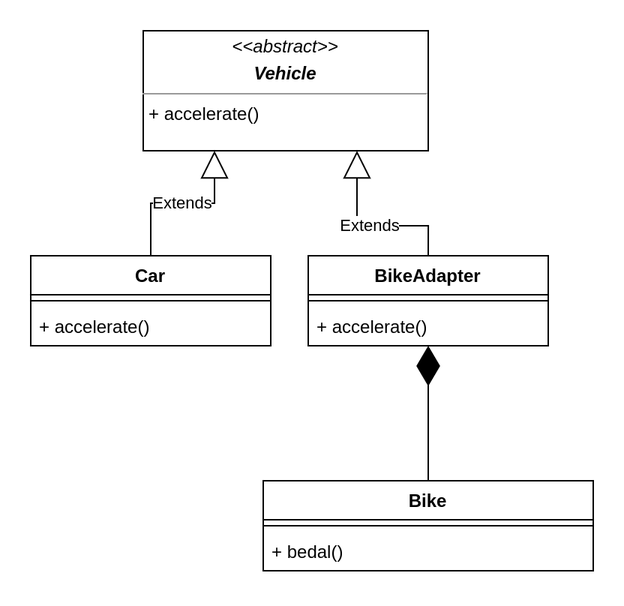
Above: Structural patterns/Adapter pattern/example/exampleDiagram.png in MarwanGalal746/Design-patterns (draw.io), before the change. Source tidied: cells renumbered, new cells last; positions are measured from the earlier drawing's top-left corner, leaving out a move shared by most shapes. Source of this version:
```xml
<mxGraphModel>
  <root>
    <mxCell id="0" />
    <mxCell id="1" parent="0" />
    <mxCell id="2" value="&lt;p style=&quot;margin: 0px ; margin-top: 4px ; text-align: center&quot;&gt;&lt;i&gt;&amp;lt;&amp;lt;abstract&amp;gt;&amp;gt;&lt;/i&gt;&lt;/p&gt;&lt;p style=&quot;margin: 0px ; margin-top: 4px ; text-align: center&quot;&gt;&lt;i&gt;&lt;b&gt;Vehicle&lt;/b&gt;&lt;/i&gt;&lt;/p&gt;&lt;hr size=&quot;1&quot;&gt;&lt;p style=&quot;margin: 0px ; margin-left: 4px&quot;&gt;+ accelerate()&lt;br&gt;&lt;br&gt;&lt;/p&gt;" style="verticalAlign=top;align=left;overflow=fill;fontSize=12;fontFamily=Helvetica;html=1;" parent="1" vertex="1">
      <mxGeometry x="75" width="190" height="80" as="geometry" />
    </mxCell>
    <mxCell id="3" value="Car" style="swimlane;fontStyle=1;align=center;verticalAlign=top;horizontal=1;startSize=26;" parent="1" vertex="1">
      <mxGeometry y="150" width="160" height="60" as="geometry" />
    </mxCell>
    <mxCell id="4" style="line;strokeWidth=1;fillColor=none;align=left;verticalAlign=middle;spacingTop=-1;spacingLeft=3;spacingRight=3;labelPosition=right;" parent="3" vertex="1">
      <mxGeometry y="26" width="160" height="8" as="geometry" />
    </mxCell>
    <mxCell id="5" value="+ accelerate()" style="text;strokeColor=none;fillColor=none;align=left;verticalAlign=top;spacingLeft=4;spacingRight=4;overflow=hidden;" parent="3" vertex="1">
      <mxGeometry y="34" width="160" height="26" as="geometry" />
    </mxCell>
    <mxCell id="6" value="BikeAdapter" style="swimlane;fontStyle=1;align=center;verticalAlign=top;horizontal=1;startSize=26;" parent="1" vertex="1">
      <mxGeometry x="185" y="150" width="160" height="60" as="geometry" />
    </mxCell>
    <mxCell id="7" style="line;strokeWidth=1;fillColor=none;align=left;verticalAlign=middle;spacingTop=-1;spacingLeft=3;spacingRight=3;labelPosition=right;" parent="6" vertex="1">
      <mxGeometry y="26" width="160" height="8" as="geometry" />
    </mxCell>
    <mxCell id="8" value="+ accelerate()" style="text;strokeColor=none;fillColor=none;align=left;verticalAlign=top;spacingLeft=4;spacingRight=4;overflow=hidden;points=[[0,0.5],[1,0.5]];portConstraint=eastwest;" parent="6" vertex="1">
      <mxGeometry y="34" width="160" height="26" as="geometry" />
    </mxCell>
    <mxCell id="9" value="Extends" style="endArrow=block;endSize=16;endFill=0;html=1;rounded=0;edgeStyle=orthogonalEdgeStyle;entryX=0.25;entryY=1;entryDx=0;entryDy=0;exitX=0.5;exitY=0;exitDx=0;exitDy=0;" parent="1" edge="1" source="3" target="2">
      <mxGeometry relative="1" as="geometry" />
    </mxCell>
    <mxCell id="10" value="Extends" style="endArrow=block;endSize=16;endFill=0;html=1;rounded=0;edgeStyle=orthogonalEdgeStyle;entryX=0.75;entryY=1;entryDx=0;entryDy=0;exitX=0.5;exitY=0;exitDx=0;exitDy=0;" parent="1" edge="1" source="6" target="2">
      <mxGeometry relative="1" as="geometry">
        <Array as="points">
          <mxPoint x="265" y="130" />
          <mxPoint x="218" y="130" />
        </Array>
      </mxGeometry>
    </mxCell>
    <mxCell id="11" value="Bike" style="swimlane;fontStyle=1;align=center;verticalAlign=top;horizontal=1;startSize=26;" parent="1" vertex="1">
      <mxGeometry x="155" y="300" width="220" height="60" as="geometry" />
    </mxCell>
    <mxCell id="12" style="line;strokeWidth=1;fillColor=none;align=left;verticalAlign=middle;spacingTop=-1;spacingLeft=3;spacingRight=3;labelPosition=right;" parent="11" vertex="1">
      <mxGeometry y="26" width="220" height="8" as="geometry" />
    </mxCell>
    <mxCell id="13" value="+ bedal()" style="text;strokeColor=none;fillColor=none;align=left;verticalAlign=top;spacingLeft=4;spacingRight=4;overflow=hidden;" parent="11" vertex="1">
      <mxGeometry y="34" width="220" height="26" as="geometry" />
    </mxCell>
    <mxCell id="14" style="endArrow=diamondThin;endFill=1;endSize=24;html=1;rounded=0;edgeStyle=orthogonalEdgeStyle;exitX=0.5;exitY=0;exitDx=0;exitDy=0;entryX=0.5;entryY=1;entryDx=0;entryDy=0;entryPerimeter=0;" parent="1" edge="1" source="11" target="8">
      <mxGeometry relative="1" as="geometry" />
    </mxCell>
  </root>
</mxGraphModel>
```
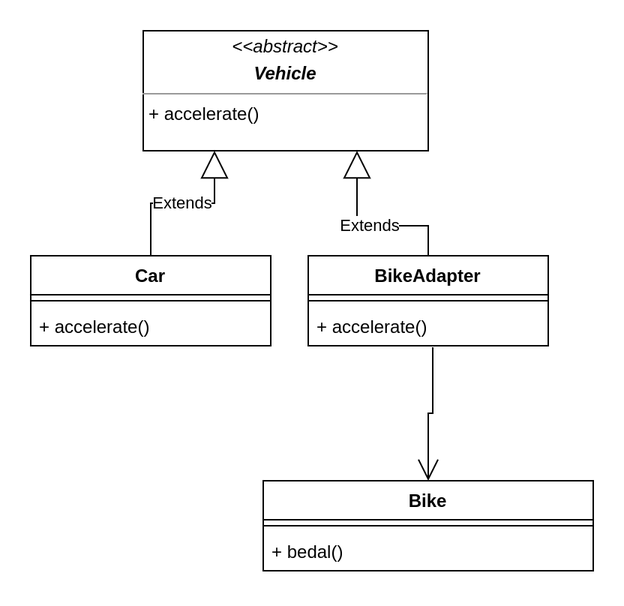
After the change.

Commit message:
Adapter pattern README files

What changed in the source:
```diff
@@ -43,8 +43,8 @@
     <mxCell id="13" value="+ bedal()" style="text;strokeColor=none;fillColor=none;align=left;verticalAlign=top;spacingLeft=4;spacingRight=4;overflow=hidden;" parent="11" vertex="1">
       <mxGeometry y="34" width="220" height="26" as="geometry" />
     </mxCell>
-    <mxCell id="14" style="endArrow=diamondThin;endFill=1;endSize=24;html=1;rounded=0;edgeStyle=orthogonalEdgeStyle;exitX=0.5;exitY=0;exitDx=0;exitDy=0;entryX=0.5;entryY=1;entryDx=0;entryDy=0;entryPerimeter=0;" parent="1" edge="1" source="11" target="8">
-      <mxGeometry relative="1" as="geometry" />
-    </mxCell>
+    <mxCell id="15" style="endArrow=open;endFill=1;endSize=12;html=1;rounded=0;edgeStyle=orthogonalEdgeStyle;entryX=0.5;entryY=0;entryDx=0;entryDy=0;exitX=0.519;exitY=1.038;exitDx=0;exitDy=0;exitPerimeter=0;" parent="1" edge="1" source="8" target="11">
+      <mxGeometry relative="1" as="geometry" />
+    </mxCell>
   </root>
 </mxGraphModel>
```
